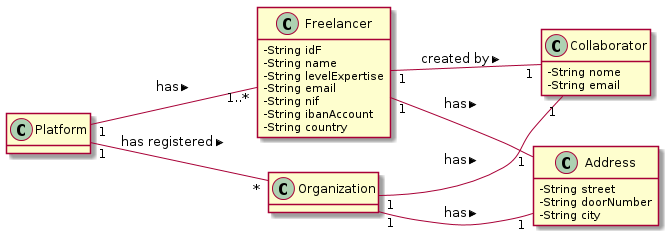
Earlier version of the PlantUML export docs/UC3 - Create Freelancer/UC3_MD.png (1190452/LAPR2).
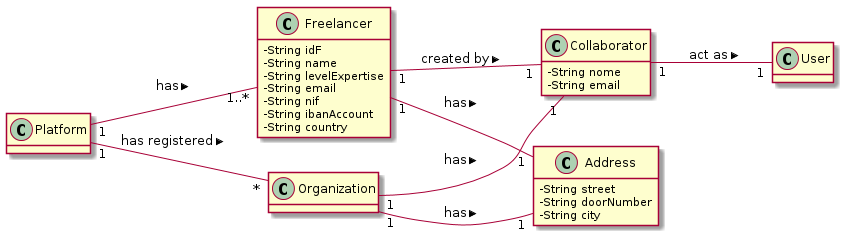
After the commit.

What changed in the source:
```diff
@@ -23,6 +23,10 @@
   -String doorNumber
   -String city
 }
+class User{
+}
+
+
 
 
 Freelancer "1" -- "1" Address: has >
@@ -30,6 +34,8 @@
 Platform "1" -- "1..*" Freelancer: has >
 Organization "1" -- "1" Address: has >
 
+Collaborator "1" -- "1" User: act as >
+
 
 Organization "1" -- "1" Collaborator: has >
 
```
